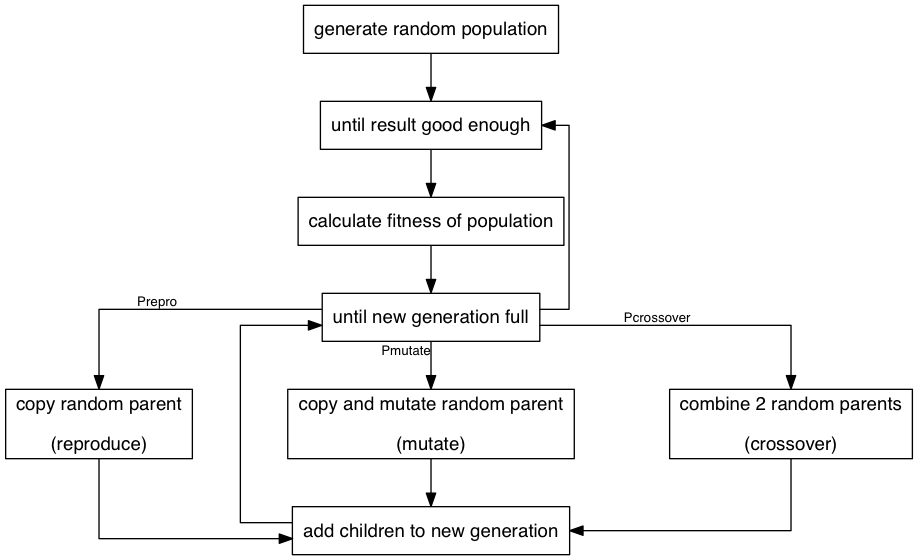
Above: resources/genetic-process.png in darwins-challenge/rust-belt-rust.2016 (Graphviz), before the change. Its source is kept beside it as resources/genetic-process.dot. The source it was exported from:
```dot
digraph G {
    node [fontname=helvetica, shape=rectangle];
    edge [fontname=helvetica, fontsize=10];
    graph [splines=ortho, nodesep=1];

    "generate random population" -> good;

    good [label="until result good enough"];
    good -> "calculate fitness of population" -> branch
    branch [label="until new generation full"];

    branch -> repro [xlabel=<P<sub>repro</sub>>]; repro [label="copy random parent\n\n(reproduce)"];
    branch -> mutate [xlabel=<P<sub>mutate</sub>>]; mutate [label="copy and mutate random parent\n\n(mutate)"];
    branch -> crossover [xlabel=<P<sub>crossover</sub>>]; crossover [label="combine 2 random parents\n\n(crossover)"];

    repro -> insert;
    mutate -> insert;
    crossover -> insert;
    insert [label="add children to new generation"];

    insert -> branch [weight=0];
    branch -> good [weight=0];
}
```
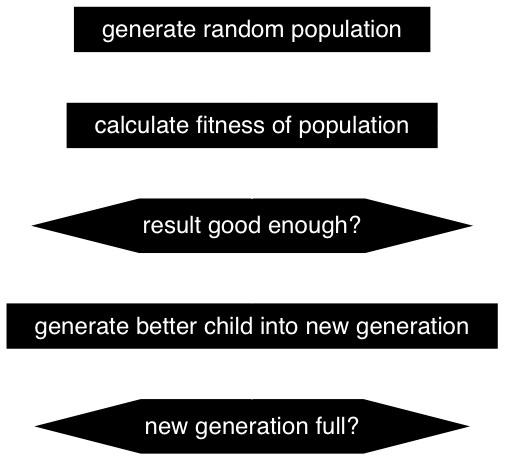
After the change.

Diff of the diagram source:
```diff
@@ -1,23 +1,20 @@
 digraph G {
-    node [fontname=helvetica, shape=rectangle];
-    edge [fontname=helvetica, fontsize=10];
-    graph [splines=ortho, nodesep=1];
+    node [fontname=helvetica, fontsize=18, shape=rectangle, color="white", fontcolor="white", penwidth=2.0, margin="0.31,0.055", fillcolor="black", style="filled"];
+    edge [fontname=helvetica, fontsize=10, color="white", fontcolor="white", penwidth=2.0];
+    graph [splines=ortho, nodesep=1, bgcolor="transparent", fontcolor="white"];
 
-    "generate random population" -> good;
+    random [label="generate random population"];
+    random -> calc_fitness;
 
-    good [label="until result good enough"];
-    good -> "calculate fitness of population" -> branch
-    branch [label="until new generation full"];
+    calc_fitness [label="calculate fitness of population"];
+    calc_fitness -> good;
 
-    branch -> repro [xlabel=<P<sub>repro</sub>>]; repro [label="copy random parent\n\n(reproduce)"];
-    branch -> mutate [xlabel=<P<sub>mutate</sub>>]; mutate [label="copy and mutate random parent\n\n(mutate)"];
-    branch -> crossover [xlabel=<P<sub>crossover</sub>>]; crossover [label="combine 2 random parents\n\n(crossover)"];
+    good [shape="hexagon", label="result good enough?"];
+    good -> insert [xlabel="no"];
 
-    repro -> insert;
-    mutate -> insert;
-    crossover -> insert;
-    insert [label="add children to new generation"];
+    insert [label="generate better child into new generation"];
+    insert -> branch;
 
-    insert -> branch [weight=0];
-    branch -> good [weight=0];
+    branch [shape="hexagon", label="new generation full?"];
+    branch -> calc_fitness [weight=0,xlabel="no"];
 }
```
